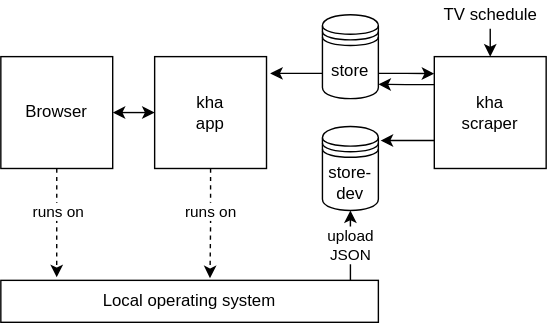
The draw.io diagram doc/assets/how-kha-runs-locally.drawio.svg in GwennyGreen/kommtheuteaktenzeichen, before a commit. Source tidied: cells renumbered, new cells last; positions are measured from the earlier drawing's top-left corner, leaving out a move shared by most shapes.
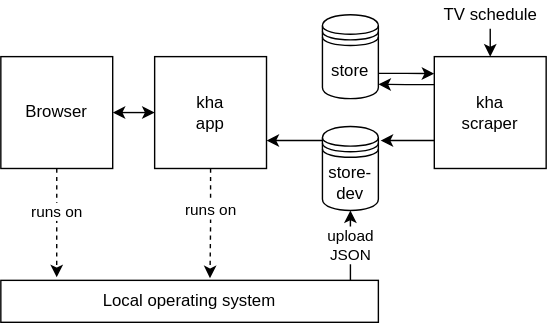
The same diagram one commit later.

Commit message:
Fix misplaced arrow

The edit, as a diff of the source:
```diff
@@ -21,6 +21,9 @@
         <mxPoint y="-0.9" as="offset" />
       </mxGeometry>
     </mxCell>
+    <mxCell id="20" style="edgeStyle=orthogonalEdgeStyle;rounded=0;jettySize=auto;html=1;exitX=1;exitY=0.75;exitDx=0;exitDy=0;entryX=0;entryY=0.167;entryDx=0;entryDy=0;entryPerimeter=0;endArrow=none;endFill=0;startArrow=classic;startFill=1;" parent="1" edge="1" source="7" target="16">
+      <mxGeometry relative="1" as="geometry" />
+    </mxCell>
     <mxCell id="7" value="kha&lt;br&gt;app" style="rounded=0;whiteSpace=wrap;html=1;" parent="1" vertex="1">
       <mxGeometry x="110" y="40" width="80" height="80" as="geometry" />
     </mxCell>
@@ -39,9 +42,6 @@
     <mxCell id="12" style="edgeStyle=orthogonalEdgeStyle;rounded=0;jettySize=auto;html=1;exitX=1;exitY=0.7;exitDx=0;exitDy=0;entryX=0;entryY=0.152;entryDx=0;entryDy=0;entryPerimeter=0;" parent="1" edge="1" source="14" target="10">
       <mxGeometry relative="1" as="geometry" />
     </mxCell>
-    <mxCell id="13" style="edgeStyle=orthogonalEdgeStyle;rounded=0;jettySize=auto;html=1;exitX=0;exitY=0.7;exitDx=0;exitDy=0;entryX=1.032;entryY=0.152;entryDx=0;entryDy=0;entryPerimeter=0;" parent="1" edge="1" source="14" target="7">
-      <mxGeometry relative="1" as="geometry" />
-    </mxCell>
     <mxCell id="14" value="store" style="shape=datastore;whiteSpace=wrap;html=1;" parent="1" vertex="1">
       <mxGeometry x="230" y="10" width="40" height="60" as="geometry" />
     </mxCell>
```
